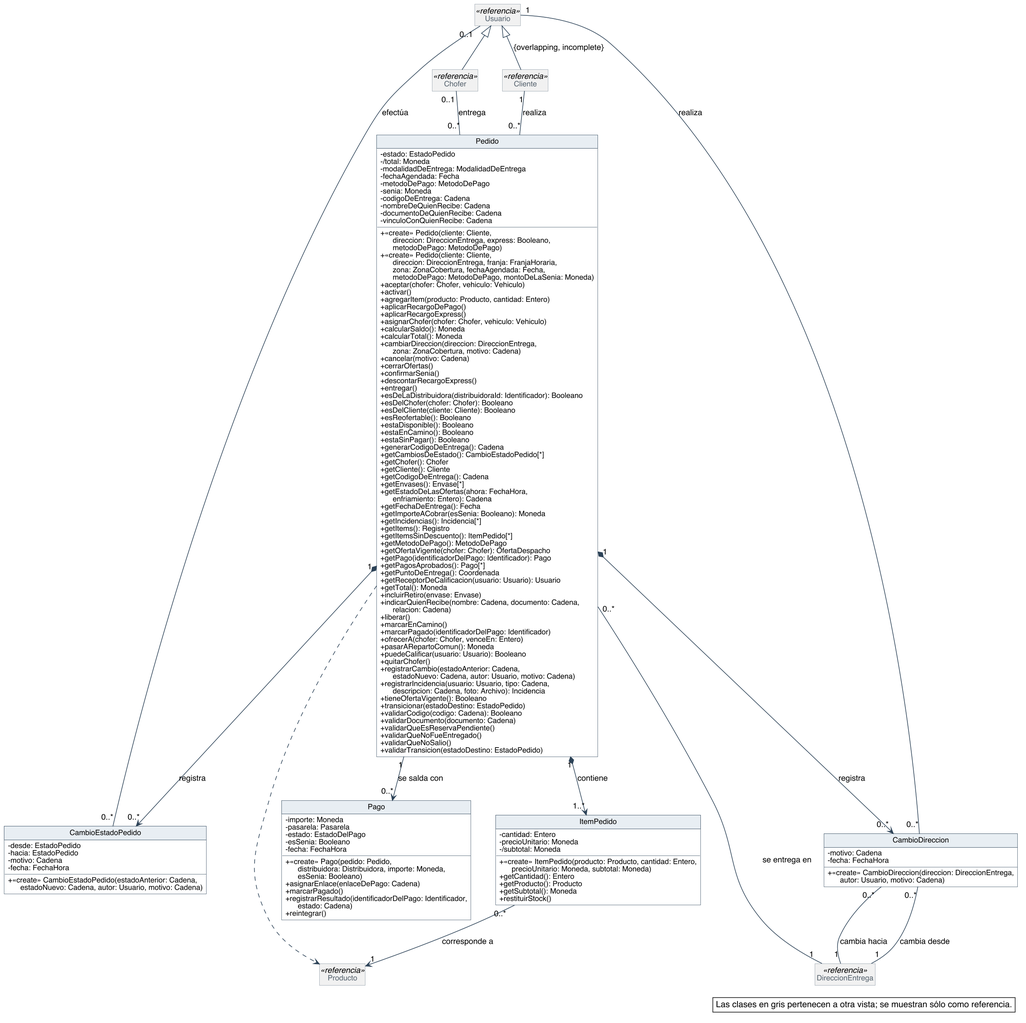
Above: diagramas/clases-diseno/DC_Pedido.png in Nahuelito-Dev/splg-docs (PlantUML), before the change.
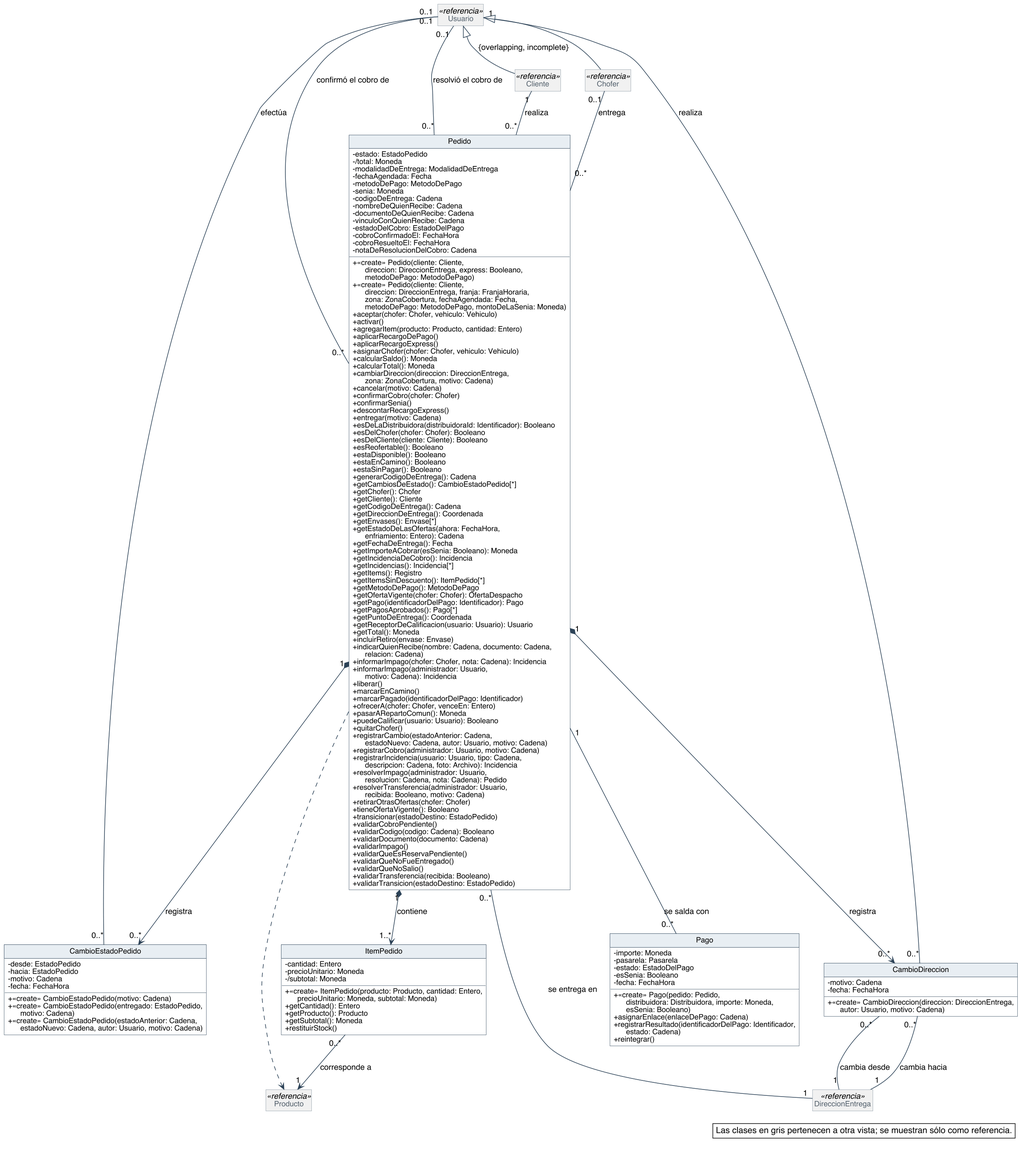
The same diagram one commit later.

What changed in the source:
```diff
@@ -68,6 +68,10 @@
   - nombreDeQuienRecibe: Cadena
   - documentoDeQuienRecibe: Cadena
   - vinculoConQuienRecibe: Cadena
+  - estadoDelCobro: EstadoDelPago
+  - cobroConfirmadoEl: FechaHora
+  - cobroResueltoEl: FechaHora
+  - notaDeResolucionDelCobro: Cadena
   + «create» Pedido(cliente: Cliente,\n      direccion: DireccionEntrega, express: Booleano,\n      metodoDePago: MetodoDePago)
   + «create» Pedido(cliente: Cliente,\n      direccion: DireccionEntrega, franja: FranjaHoraria,\n      zona: ZonaCobertura, fechaAgendada: Fecha,\n      metodoDePago: MetodoDePago, montoDeLaSenia: Moneda)
   + aceptar(chofer: Chofer, vehiculo: Vehiculo)
@@ -80,10 +84,10 @@
   + calcularTotal(): Moneda
   + cambiarDireccion(direccion: DireccionEntrega,\n      zona: ZonaCobertura, motivo: Cadena)
   + cancelar(motivo: Cadena)
-  + cerrarOfertas()
+  + confirmarCobro(chofer: Chofer)
   + confirmarSenia()
   + descontarRecargoExpress()
-  + entregar()
+  + entregar(motivo: Cadena)
   + esDeLaDistribuidora(distribuidoraId: Identificador): Booleano
   + esDelChofer(chofer: Chofer): Booleano
   + esDelCliente(cliente: Cliente): Booleano
@@ -96,10 +100,12 @@
   + getChofer(): Chofer
   + getCliente(): Cliente
   + getCodigoDeEntrega(): Cadena
+  + getDireccionDeEntrega(): Coordenada
   + getEnvases(): Envase[*]
   + getEstadoDeLasOfertas(ahora: FechaHora,\n      enfriamiento: Entero): Cadena
   + getFechaDeEntrega(): Fecha
   + getImporteACobrar(esSenia: Booleano): Moneda
+  + getIncidenciaDeCobro(): Incidencia
   + getIncidencias(): Incidencia[*]
   + getItems(): Registro
   + getItemsSinDescuento(): ItemPedido[*]
@@ -112,6 +118,8 @@
   + getTotal(): Moneda
   + incluirRetiro(envase: Envase)
   + indicarQuienRecibe(nombre: Cadena, documento: Cadena,\n      relacion: Cadena)
+  + informarImpago(chofer: Chofer, nota: Cadena): Incidencia
+  + informarImpago(administrador: Usuario,\n      motivo: Cadena): Incidencia
   + liberar()
   + marcarEnCamino()
   + marcarPagado(identificadorDelPago: Identificador)
@@ -120,14 +128,21 @@
   + puedeCalificar(usuario: Usuario): Booleano
   + quitarChofer()
   + registrarCambio(estadoAnterior: Cadena,\n      estadoNuevo: Cadena, autor: Usuario, motivo: Cadena)
+  + registrarCobro(administrador: Usuario, motivo: Cadena)
   + registrarIncidencia(usuario: Usuario, tipo: Cadena,\n      descripcion: Cadena, foto: Archivo): Incidencia
+  + resolverImpago(administrador: Usuario,\n      resolucion: Cadena, nota: Cadena): Pedido
+  + resolverTransferencia(administrador: Usuario,\n      recibida: Booleano, motivo: Cadena)
+  + retirarOtrasOfertas(chofer: Chofer)
   + tieneOfertaVigente(): Booleano
   + transicionar(estadoDestino: EstadoPedido)
+  + validarCobroPendiente()
   + validarCodigo(codigo: Cadena): Booleano
   + validarDocumento(documento: Cadena)
+  + validarImpago()
   + validarQueEsReservaPendiente()
   + validarQueNoFueEntregado()
   + validarQueNoSalio()
+  + validarTransferencia(recibida: Booleano)
   + validarTransicion(estadoDestino: EstadoPedido)
 }
 class ItemPedido {
@@ -145,6 +160,8 @@
   - hacia: EstadoPedido
   - motivo: Cadena
   - fecha: FechaHora
+  + «create» CambioEstadoPedido(motivo: Cadena)
+  + «create» CambioEstadoPedido(entregado: EstadoPedido,\n      motivo: Cadena)
   + «create» CambioEstadoPedido(estadoAnterior: Cadena,\n      estadoNuevo: Cadena, autor: Usuario, motivo: Cadena)
 }
 class CambioDireccion {
@@ -160,7 +177,6 @@
   - fecha: FechaHora
   + «create» Pago(pedido: Pedido,\n      distribuidora: Distribuidora, importe: Moneda,\n      esSenia: Booleano)
   + asignarEnlace(enlaceDePago: Cadena)
-  + marcarPagado()
   + registrarResultado(identificadorDelPago: Identificador,\n      estado: Cadena)
   + reintegrar()
 }
@@ -178,12 +194,14 @@
 Pedido "0..*" -- "1" DireccionEntrega : se entrega en
 Pedido "1" *--> "0..*" CambioEstadoPedido : registra
 Usuario "0..1" -- "0..*" CambioEstadoPedido : efectúa
+Usuario "0..1" -- "0..*" Pedido : confirmó el cobro de
+Usuario "0..1" -- "0..*" Pedido : resolvió el cobro de
 Pedido "1" *--> "0..*" CambioDireccion : registra
 CambioDireccion "0..*" -- "1" DireccionEntrega : cambia desde
 CambioDireccion "0..*" -- "1" DireccionEntrega : cambia hacia
 Usuario "1" -- "0..*" CambioDireccion : realiza
 Chofer "0..1" -- "0..*" Pedido : entrega
-Pedido "1" --> "0..*" Pago : se salda con
+Pedido "1" -- "0..*" Pago : se salda con
 Pedido ..> Producto
 
 legend bottom right
```
